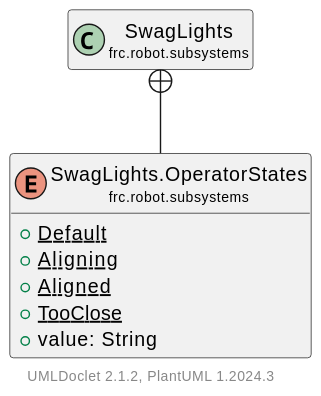
Earlier version of the PlantUML export docs/uml/frc/robot/subsystems/SwagLights.OperatorStates.svg (LakotaRobotics1038/2026RobotProject).
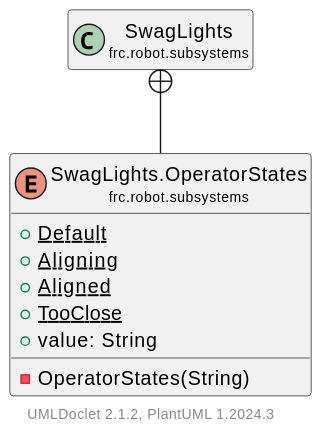
Later version of the same file.

Change to the diagram source:
```diff
@@ -9,6 +9,7 @@
         {static} +Aligned
         {static} +TooClose
         +value: String
+        -OperatorStates(String)
     }
 
     class "<size:14>SwagLights\n<size:10>frc.robot.subsystems" as frc.robot.subsystems.SwagLights [[SwagLights.html]]
```
